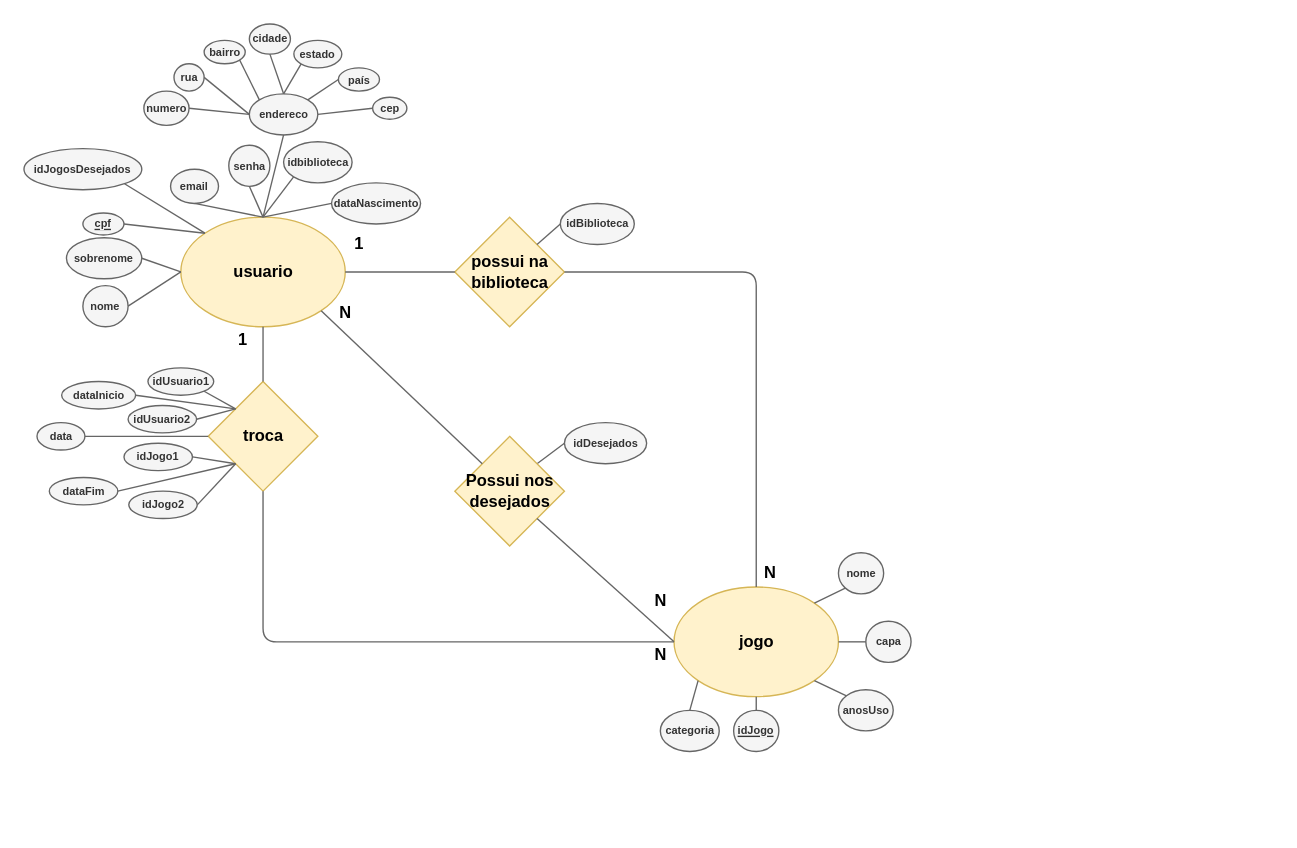
jeanhjaques/shareGames keeps this draw.io diagram as documents/ERdiagram.drawio. Above is the earlier version. Source tidied: cells renumbered, new cells numbered last; positions are measured from the earlier drawing's top-left corner, leaving out a move shared by most shapes. Both pictures are drawn from the tidied source at 137%, with x=0, y=0 at pixel (23, 23).
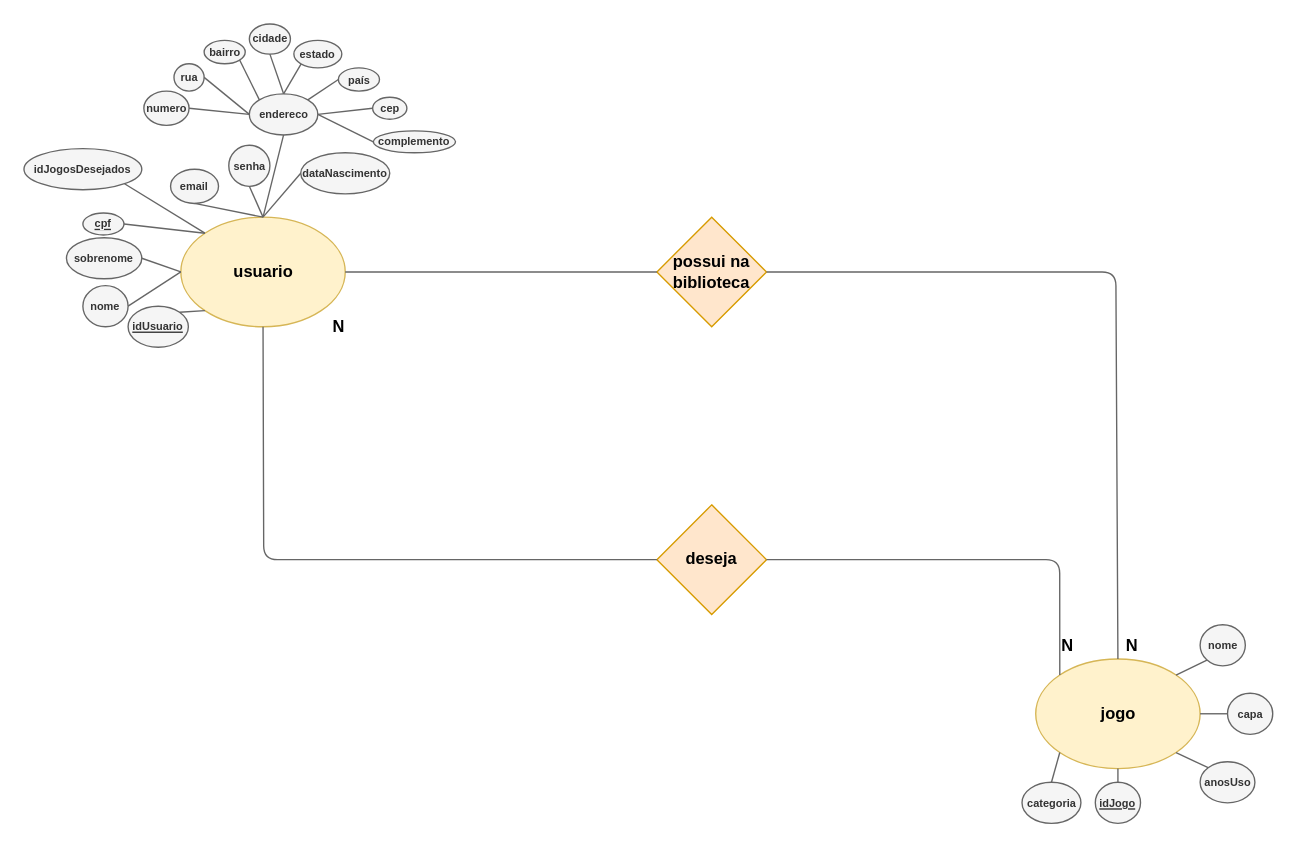
Above is the later version.

Unchanged cells that the change refers to:
```xml
<mxCell id="2" value="usuario" style="ellipse;whiteSpace=wrap;html=1;strokeWidth=1;fontFamily=Helvetica;fontStyle=1;labelBackgroundColor=none;labelBorderColor=none;fillColor=#fff2cc;strokeColor=#d6b656;" parent="1" vertex="1">
  <mxGeometry x="114.5" y="141" width="120" height="80" as="geometry" />
</mxCell>
<mxCell id="42" value="endereco" style="ellipse;whiteSpace=wrap;html=1;strokeWidth=1;fontFamily=Helvetica;fontSize=8;labelBackgroundColor=none;labelBorderColor=none;fillColor=#f5f5f5;strokeColor=#666666;fontColor=#333333;fontStyle=1;" parent="1" vertex="1">
  <mxGeometry x="164.5" y="51" width="50" height="30" as="geometry" />
</mxCell>
```

The edit, as a diff of the source:
```diff
@@
-    <mxCell id="3" value="possui na biblioteca" style="rhombus;whiteSpace=wrap;html=1;strokeWidth=1;fontFamily=Helvetica;fontStyle=1;labelBackgroundColor=none;labelBorderColor=none;fillColor=#fff2cc;strokeColor=#d6b656;" parent="1" vertex="1">
-      <mxGeometry x="314.5" y="141" width="80" height="80" as="geometry" />
+    <mxCell id="3" value="possui na biblioteca" style="rhombus;whiteSpace=wrap;html=1;strokeWidth=1;fontFamily=Helvetica;fontStyle=1;labelBackgroundColor=none;labelBorderColor=none;fillColor=#ffe6cc;strokeColor=#d79b00;" parent="1" vertex="1">
+      <mxGeometry x="462" y="141" width="80" height="80" as="geometry" />
     </mxCell>
@@
     <mxCell id="5" value="jogo" style="ellipse;whiteSpace=wrap;html=1;strokeWidth=1;fontFamily=Helvetica;fontStyle=1;labelBackgroundColor=none;labelBorderColor=none;fillColor=#fff2cc;strokeColor=#d6b656;" parent="1" vertex="1">
-      <mxGeometry x="474.5" y="411" width="120" height="80" as="geometry" />
+      <mxGeometry x="738.5" y="463.5" width="120" height="80" as="geometry" />
     </mxCell>
-    <mxCell id="6" value="troca" style="rhombus;whiteSpace=wrap;html=1;strokeWidth=1;fontFamily=Helvetica;fontStyle=1;labelBackgroundColor=none;labelBorderColor=none;fillColor=#fff2cc;strokeColor=#d6b656;" parent="1" vertex="1">
-      <mxGeometry x="134.5" y="261" width="80" height="80" as="geometry" />
-    </mxCell>
-    <mxCell id="7" style="endArrow=none;html=1;entryX=0;entryY=0.5;entryDx=0;entryDy=0;exitX=0.5;exitY=1;exitDx=0;exitDy=0;strokeWidth=1;fontFamily=Helvetica;fontStyle=1;labelBackgroundColor=none;labelBorderColor=none;fillColor=#f5f5f5;strokeColor=#666666;" parent="1" edge="1" source="6" target="5">
-      <mxGeometry relative="1" as="geometry">
-        <Array as="points">
-          <mxPoint x="174.5" y="451" />
-        </Array>
-      </mxGeometry>
-    </mxCell>
-    <mxCell id="8" style="endArrow=none;html=1;entryX=0.5;entryY=1;entryDx=0;entryDy=0;exitX=0.5;exitY=0;exitDx=0;exitDy=0;strokeWidth=1;fontFamily=Helvetica;fontStyle=1;labelBackgroundColor=none;labelBorderColor=none;fillColor=#f5f5f5;strokeColor=#666666;" parent="1" edge="1" source="6" target="2">
-      <mxGeometry relative="1" as="geometry" />
-    </mxCell>
-    <mxCell id="9" value="idUsuario1" style="ellipse;whiteSpace=wrap;html=1;strokeWidth=1;fontFamily=Helvetica;fontStyle=1;fontSize=8;labelBackgroundColor=none;labelBorderColor=none;fillColor=#f5f5f5;strokeColor=#666666;fontColor=#333333;" parent="1" vertex="1">
-      <mxGeometry x="90.5" y="251" width="48" height="20" as="geometry" />
-    </mxCell>
-    <mxCell id="10" value="idUsuario2" style="ellipse;whiteSpace=wrap;html=1;strokeWidth=1;fontFamily=Helvetica;fontStyle=1;fontSize=8;labelBackgroundColor=none;labelBorderColor=none;fillColor=#f5f5f5;strokeColor=#666666;fontColor=#333333;" parent="1" vertex="1">
-      <mxGeometry x="76" y="278.5" width="50" height="20" as="geometry" />
-    </mxCell>
-    <mxCell id="11" style="endArrow=none;html=1;entryX=1;entryY=1;entryDx=0;entryDy=0;strokeWidth=1;fontFamily=Helvetica;fontStyle=1;exitX=0;exitY=0;exitDx=0;exitDy=0;labelBackgroundColor=none;labelBorderColor=none;fillColor=#f5f5f5;strokeColor=#666666;" parent="1" edge="1" source="6" target="9">
-      <mxGeometry relative="1" as="geometry" />
-    </mxCell>
-    <mxCell id="12" style="endArrow=none;html=1;entryX=0;entryY=0;entryDx=0;entryDy=0;exitX=1;exitY=0.5;exitDx=0;exitDy=0;strokeWidth=1;fontFamily=Helvetica;fontStyle=1;labelBackgroundColor=none;labelBorderColor=none;fillColor=#f5f5f5;strokeColor=#666666;" parent="1" edge="1" source="10" target="6">
-      <mxGeometry relative="1" as="geometry" />
-    </mxCell>
-    <mxCell id="13" value="1" style="text;html=1;align=center;verticalAlign=middle;whiteSpace=wrap;rounded=0;strokeWidth=1;fontFamily=Helvetica;fontStyle=1;labelBackgroundColor=none;labelBorderColor=none;" parent="1" vertex="1">
-      <mxGeometry x="149.5" y="221" width="20" height="20" as="geometry" />
-    </mxCell>
-    <mxCell id="14" value="1" style="text;html=1;align=center;verticalAlign=middle;whiteSpace=wrap;rounded=0;strokeWidth=1;fontFamily=Helvetica;fontStyle=1;labelBackgroundColor=none;labelBorderColor=none;" parent="1" vertex="1">
-      <mxGeometry x="234.5" y="151" width="20" height="20" as="geometry" />
-    </mxCell>
     <mxCell id="15" value="N" style="text;html=1;align=center;verticalAlign=middle;whiteSpace=wrap;rounded=0;strokeWidth=1;fontFamily=Helvetica;fontStyle=1;labelBackgroundColor=none;labelBorderColor=none;" parent="1" vertex="1">
-      <mxGeometry x="454.5" y="411" width="20" height="20" as="geometry" />
+      <mxGeometry x="751.5" y="443.5" width="20" height="20" as="geometry" />
     </mxCell>
     <mxCell id="16" style="endArrow=none;html=1;strokeWidth=1;fontFamily=Helvetica;entryX=0.5;entryY=0;entryDx=0;entryDy=0;exitX=1;exitY=0.5;exitDx=0;exitDy=0;labelBackgroundColor=none;labelBorderColor=none;fillColor=#f5f5f5;strokeColor=#666666;fontStyle=1;" parent="1" edge="1" source="3" target="5">
       <mxGeometry relative="1" as="geometry">
         <Array as="points">
-          <mxPoint x="534.5" y="181" />
+          <mxPoint x="797" y="181" />
         </Array>
       </mxGeometry>
     </mxCell>
     <mxCell id="17" value="N" style="text;html=1;align=center;verticalAlign=middle;whiteSpace=wrap;rounded=0;strokeWidth=1;fontFamily=Helvetica;fontStyle=1;labelBackgroundColor=none;labelBorderColor=none;" parent="1" vertex="1">
-      <mxGeometry x="534.5" y="391" width="20" height="20" as="geometry" />
+      <mxGeometry x="798.5" y="443.5" width="20" height="20" as="geometry" />
     </mxCell>
-    <mxCell id="18" value="idDesejados" style="ellipse;whiteSpace=wrap;html=1;strokeWidth=1;fontFamily=Helvetica;fontStyle=1;fontSize=8;labelBackgroundColor=none;labelBorderColor=none;fillColor=#f5f5f5;strokeColor=#666666;fontColor=#333333;" parent="1" vertex="1">
-      <mxGeometry x="394.5" y="291" width="60" height="30" as="geometry" />
-    </mxCell>
-    <mxCell id="19" style="endArrow=none;html=1;strokeWidth=1;fontFamily=Helvetica;entryX=0;entryY=0.5;entryDx=0;entryDy=0;exitX=1;exitY=0;exitDx=0;exitDy=0;labelBackgroundColor=none;labelBorderColor=none;fillColor=#f5f5f5;strokeColor=#666666;fontStyle=1;" parent="1" edge="1" source="20" target="18">
-      <mxGeometry relative="1" as="geometry" />
-    </mxCell>
-    <mxCell id="20" value="Possui nos desejados" style="rhombus;whiteSpace=wrap;html=1;strokeWidth=1;fontFamily=Helvetica;fontStyle=1;labelBackgroundColor=none;labelBorderColor=none;fillColor=#fff2cc;strokeColor=#d6b656;" parent="1" vertex="1">
-      <mxGeometry x="314.5" y="301" width="80" height="80" as="geometry" />
+    <mxCell id="20" value="deseja" style="rhombus;whiteSpace=wrap;html=1;strokeWidth=1;fontFamily=Helvetica;fontStyle=1;labelBackgroundColor=none;labelBorderColor=none;fillColor=#ffe6cc;strokeColor=#d79b00;" parent="1" vertex="1">
+      <mxGeometry x="462" y="351" width="80" height="80" as="geometry" />
     </mxCell>
-    <mxCell id="21" style="endArrow=none;html=1;strokeWidth=1;fontFamily=Helvetica;entryX=1;entryY=1;entryDx=0;entryDy=0;exitX=0;exitY=0;exitDx=0;exitDy=0;labelBackgroundColor=none;labelBorderColor=none;fillColor=#f5f5f5;strokeColor=#666666;fontStyle=1;" parent="1" edge="1" source="20" target="2">
-      <mxGeometry relative="1" as="geometry" />
+    <mxCell id="21" style="endArrow=none;html=1;strokeWidth=1;fontFamily=Helvetica;entryX=0.5;entryY=1;entryDx=0;entryDy=0;exitX=0;exitY=0.5;exitDx=0;exitDy=0;labelBackgroundColor=none;labelBorderColor=none;fillColor=#f5f5f5;strokeColor=#666666;fontStyle=1;" parent="1" edge="1" source="20" target="2">
+      <mxGeometry relative="1" as="geometry">
+        <Array as="points">
+          <mxPoint x="217" y="391" />
+          <mxPoint x="175" y="391" />
+        </Array>
+      </mxGeometry>
     </mxCell>
-    <mxCell id="22" value="idBiblioteca" style="ellipse;whiteSpace=wrap;html=1;strokeWidth=1;fontFamily=Helvetica;fontStyle=1;fontSize=8;labelBackgroundColor=none;labelBorderColor=none;fillColor=#f5f5f5;strokeColor=#666666;fontColor=#333333;" parent="1" vertex="1">
-      <mxGeometry x="391.5" y="131" width="54" height="30" as="geometry" />
-    </mxCell>
-    <mxCell id="23" style="endArrow=none;html=1;strokeWidth=1;fontFamily=Helvetica;entryX=0;entryY=0.5;entryDx=0;entryDy=0;exitX=1;exitY=0;exitDx=0;exitDy=0;labelBackgroundColor=none;labelBorderColor=none;fillColor=#f5f5f5;strokeColor=#666666;fontStyle=1;" parent="1" edge="1" source="3" target="22">
-      <mxGeometry relative="1" as="geometry" />
-    </mxCell>
-    <mxCell id="24" style="endArrow=none;html=1;strokeWidth=1;fontFamily=Helvetica;entryX=1;entryY=1;entryDx=0;entryDy=0;exitX=0;exitY=0.5;exitDx=0;exitDy=0;labelBackgroundColor=none;labelBorderColor=none;fillColor=#f5f5f5;strokeColor=#666666;fontStyle=1;" parent="1" edge="1" source="5" target="20">
-      <mxGeometry relative="1" as="geometry" />
+    <mxCell id="24" style="endArrow=none;html=1;strokeWidth=1;fontFamily=Helvetica;entryX=1;entryY=0.5;entryDx=0;entryDy=0;exitX=0;exitY=0;exitDx=0;exitDy=0;labelBackgroundColor=none;labelBorderColor=none;fillColor=#f5f5f5;strokeColor=#666666;fontStyle=1;" parent="1" edge="1" source="5" target="20">
+      <mxGeometry relative="1" as="geometry">
+        <Array as="points">
+          <mxPoint x="756" y="391" />
+        </Array>
+      </mxGeometry>
     </mxCell>
-    <mxCell id="25" value="N" style="text;html=1;align=center;verticalAlign=middle;whiteSpace=wrap;rounded=0;strokeWidth=1;fontFamily=Helvetica;fontStyle=1;labelBackgroundColor=none;labelBorderColor=none;" parent="1" vertex="1">
-      <mxGeometry x="454.5" y="451" width="20" height="20" as="geometry" />
-    </mxCell>
     <mxCell id="26" value="N" style="text;html=1;align=center;verticalAlign=middle;whiteSpace=wrap;rounded=0;strokeWidth=1;fontFamily=Helvetica;fontStyle=1;labelBackgroundColor=none;labelBorderColor=none;" parent="1" vertex="1">
-      <mxGeometry x="224.5" y="201" width="20" height="20" as="geometry" />
+      <mxGeometry x="219.5" y="211" width="20" height="20" as="geometry" />
     </mxCell>
@@
-    <mxCell id="32" value="idbiblioteca" style="ellipse;whiteSpace=wrap;html=1;strokeWidth=1;fontFamily=Helvetica;fontSize=8;labelBackgroundColor=none;labelBorderColor=none;fillColor=#f5f5f5;strokeColor=#666666;fontColor=#333333;fontStyle=1;" parent="1" vertex="1">
-      <mxGeometry x="189.5" y="86" width="50" height="30" as="geometry" />
-    </mxCell>
@@
     <mxCell id="34" value="dataNascimento" style="ellipse;whiteSpace=wrap;html=1;strokeWidth=1;fontFamily=Helvetica;fontSize=8;labelBackgroundColor=none;labelBorderColor=none;fillColor=#f5f5f5;strokeColor=#666666;fontColor=#333333;fontStyle=1;" parent="1" vertex="1">
-      <mxGeometry x="224.5" y="116" width="65" height="30" as="geometry" />
+      <mxGeometry x="202" y="94" width="65" height="30" as="geometry" />
     </mxCell>
@@
-    <mxCell id="49" style="endArrow=none;html=1;strokeWidth=1;fontFamily=Helvetica;fontSize=8;entryX=0;entryY=1;entryDx=0;entryDy=0;labelBackgroundColor=none;labelBorderColor=none;fillColor=#f5f5f5;strokeColor=#666666;fontStyle=1;" parent="1" edge="1" target="32">
-      <mxGeometry relative="1" as="geometry">
-        <mxPoint x="174.5" y="141" as="sourcePoint" />
-      </mxGeometry>
-    </mxCell>
@@
     <mxCell id="59" value="nome" style="ellipse;whiteSpace=wrap;html=1;strokeWidth=1;fontFamily=Helvetica;fontSize=8;labelBackgroundColor=none;labelBorderColor=none;fillColor=#f5f5f5;strokeColor=#666666;fontColor=#333333;fontStyle=1;" parent="1" vertex="1">
-      <mxGeometry x="594.5" y="386" width="33" height="30" as="geometry" />
+      <mxGeometry x="858.5" y="438.5" width="33" height="30" as="geometry" />
     </mxCell>
     <mxCell id="60" value="capa" style="ellipse;whiteSpace=wrap;html=1;strokeWidth=1;fontFamily=Helvetica;fontSize=8;labelBackgroundColor=none;labelBorderColor=none;fillColor=#f5f5f5;strokeColor=#666666;fontColor=#333333;fontStyle=1;" parent="1" vertex="1">
-      <mxGeometry x="614.5" y="436" width="33" height="30" as="geometry" />
+      <mxGeometry x="878.5" y="488.5" width="33" height="30" as="geometry" />
     </mxCell>
     <mxCell id="61" value="anosUso" style="ellipse;whiteSpace=wrap;html=1;strokeWidth=1;fontFamily=Helvetica;fontSize=8;labelBackgroundColor=none;labelBorderColor=none;fillColor=#f5f5f5;strokeColor=#666666;fontColor=#333333;fontStyle=1;" parent="1" vertex="1">
-      <mxGeometry x="594.5" y="486" width="40" height="30" as="geometry" />
+      <mxGeometry x="858.5" y="538.5" width="40" height="30" as="geometry" />
     </mxCell>
     <mxCell id="62" value="idJogo" style="ellipse;whiteSpace=wrap;html=1;strokeWidth=1;fontFamily=Helvetica;fontSize=8;labelBackgroundColor=none;labelBorderColor=none;fillColor=#f5f5f5;strokeColor=#666666;fontColor=#333333;fontStyle=5;" parent="1" vertex="1">
-      <mxGeometry x="518" y="501" width="33" height="30" as="geometry" />
+      <mxGeometry x="782" y="553.5" width="33" height="30" as="geometry" />
     </mxCell>
     <mxCell id="63" value="categoria" style="ellipse;whiteSpace=wrap;html=1;strokeWidth=1;fontFamily=Helvetica;fontSize=8;labelBackgroundColor=none;labelBorderColor=none;fillColor=#f5f5f5;strokeColor=#666666;fontColor=#333333;fontStyle=1;" parent="1" vertex="1">
-      <mxGeometry x="464.5" y="501" width="43" height="30" as="geometry" />
+      <mxGeometry x="728.5" y="553.5" width="43" height="30" as="geometry" />
     </mxCell>
@@
-    <mxCell id="69" value="idJogo1" style="ellipse;whiteSpace=wrap;html=1;strokeWidth=1;fontFamily=Helvetica;fontStyle=1;fontSize=8;labelBackgroundColor=none;labelBorderColor=none;fillColor=#f5f5f5;strokeColor=#666666;fontColor=#333333;" parent="1" vertex="1">
-      <mxGeometry x="73" y="306" width="50" height="20" as="geometry" />
-    </mxCell>
-    <mxCell id="70" style="endArrow=none;html=1;strokeWidth=1;fontFamily=Helvetica;fontSize=8;exitX=1;exitY=0.5;exitDx=0;exitDy=0;entryX=0;entryY=1;entryDx=0;entryDy=0;labelBackgroundColor=none;labelBorderColor=none;fillColor=#f5f5f5;strokeColor=#666666;fontStyle=1;" parent="1" edge="1" source="69" target="6">
-      <mxGeometry relative="1" as="geometry" />
-    </mxCell>
-    <mxCell id="71" value="idJogo2" style="ellipse;whiteSpace=wrap;html=1;strokeWidth=1;fontFamily=Helvetica;fontStyle=1;fontSize=8;labelBackgroundColor=none;labelBorderColor=none;fillColor=#f5f5f5;strokeColor=#666666;fontColor=#333333;" parent="1" vertex="1">
-      <mxGeometry x="76.5" y="341" width="50" height="20" as="geometry" />
-    </mxCell>
-    <mxCell id="72" style="endArrow=none;html=1;strokeWidth=1;fontFamily=Helvetica;fontSize=8;exitX=1;exitY=0.5;exitDx=0;exitDy=0;labelBackgroundColor=none;labelBorderColor=none;fillColor=#f5f5f5;strokeColor=#666666;fontStyle=1;" parent="1" edge="1" source="71">
-      <mxGeometry relative="1" as="geometry">
-        <mxPoint x="154.5" y="321" as="targetPoint" />
-      </mxGeometry>
-    </mxCell>
-    <mxCell id="73" value="dataInicio" style="ellipse;whiteSpace=wrap;html=1;strokeWidth=1;fontFamily=Helvetica;fontStyle=1;fontSize=8;labelBackgroundColor=none;labelBorderColor=none;fillColor=#f5f5f5;strokeColor=#666666;fontColor=#333333;" parent="1" vertex="1">
-      <mxGeometry x="27.5" y="261" width="54" height="20" as="geometry" />
-    </mxCell>
-    <mxCell id="74" value="dataFim" style="ellipse;whiteSpace=wrap;html=1;strokeWidth=1;fontFamily=Helvetica;fontStyle=1;fontSize=8;labelBackgroundColor=none;labelBorderColor=none;fillColor=#f5f5f5;strokeColor=#666666;fontColor=#333333;" parent="1" vertex="1">
-      <mxGeometry x="18.5" y="331" width="50" height="20" as="geometry" />
-    </mxCell>
-    <mxCell id="75" style="endArrow=none;html=1;strokeWidth=1;fontFamily=Helvetica;fontSize=8;entryX=1;entryY=0.5;entryDx=0;entryDy=0;labelBackgroundColor=none;labelBorderColor=none;fillColor=#f5f5f5;strokeColor=#666666;fontStyle=1;" parent="1" edge="1" target="73">
-      <mxGeometry relative="1" as="geometry">
-        <mxPoint x="154.5" y="281" as="sourcePoint" />
-      </mxGeometry>
-    </mxCell>
-    <mxCell id="76" style="endArrow=none;html=1;strokeWidth=1;fontFamily=Helvetica;fontSize=8;exitX=1;exitY=0.5;exitDx=0;exitDy=0;labelBackgroundColor=none;labelBorderColor=none;fillColor=#f5f5f5;strokeColor=#666666;fontStyle=1;" parent="1" edge="1" source="74">
-      <mxGeometry relative="1" as="geometry">
-        <mxPoint x="154.5" y="321" as="targetPoint" />
-      </mxGeometry>
-    </mxCell>
-    <mxCell id="77" value="data" style="ellipse;whiteSpace=wrap;html=1;strokeWidth=1;fontFamily=Helvetica;fontStyle=1;fontSize=8;labelBackgroundColor=none;labelBorderColor=none;fillColor=#f5f5f5;strokeColor=#666666;fontColor=#333333;" parent="1" vertex="1">
-      <mxGeometry x="9.5" y="291" width="35" height="20" as="geometry" />
-    </mxCell>
-    <mxCell id="78" style="endArrow=none;html=1;strokeWidth=1;fontFamily=Helvetica;fontSize=8;entryX=1;entryY=0.5;entryDx=0;entryDy=0;exitX=0;exitY=0.5;exitDx=0;exitDy=0;labelBackgroundColor=none;labelBorderColor=none;fillColor=#f5f5f5;strokeColor=#666666;fontStyle=1;" parent="1" edge="1" source="6" target="77">
-      <mxGeometry relative="1" as="geometry" />
-    </mxCell>
+    <mxCell id="79" value="complemento" style="ellipse;whiteSpace=wrap;html=1;strokeWidth=1;fontFamily=Helvetica;fontSize=8;labelBackgroundColor=none;labelBorderColor=none;fillColor=#f5f5f5;strokeColor=#666666;fontColor=#333333;fontStyle=1;" parent="1" vertex="1">
+      <mxGeometry x="255" y="78" width="60" height="16" as="geometry" />
+    </mxCell>
+    <mxCell id="80" style="endArrow=none;html=1;labelBackgroundColor=none;strokeWidth=1;fontFamily=Helvetica;fontSize=8;entryX=1;entryY=0.5;entryDx=0;entryDy=0;exitX=0;exitY=0.5;exitDx=0;exitDy=0;fontStyle=1;fillColor=#f5f5f5;strokeColor=#666666;" parent="1" edge="1" source="79" target="42">
+      <mxGeometry relative="1" as="geometry" />
+    </mxCell>
+    <mxCell id="81" value="&lt;u&gt;idUsuario&lt;/u&gt;" style="ellipse;whiteSpace=wrap;html=1;strokeWidth=1;fontFamily=Helvetica;fontSize=8;labelBackgroundColor=none;labelBorderColor=none;fillColor=#f5f5f5;strokeColor=#666666;fontColor=#333333;fontStyle=1;" parent="1" vertex="1">
+      <mxGeometry x="76" y="206" width="44" height="30" as="geometry" />
+    </mxCell>
+    <mxCell id="82" style="endArrow=none;html=1;labelBackgroundColor=none;strokeWidth=1;fontFamily=Helvetica;fontSize=8;entryX=0;entryY=1;entryDx=0;entryDy=0;exitX=1;exitY=0;exitDx=0;exitDy=0;fillColor=#f5f5f5;strokeColor=#666666;" parent="1" edge="1" source="81" target="2">
+      <mxGeometry relative="1" as="geometry" />
+    </mxCell>
```
